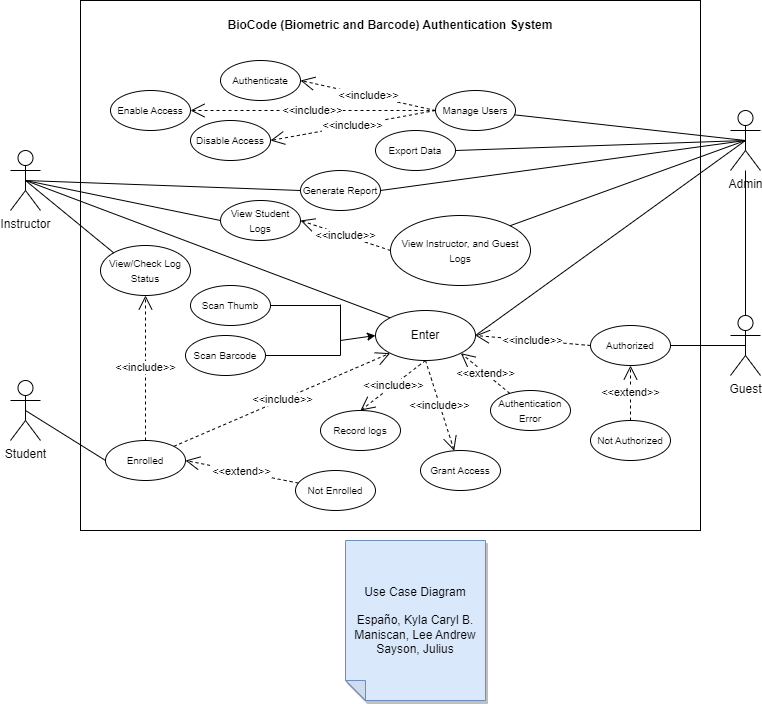
Earlier version of the draw.io export UseCaseDiagram.drawio.png (kaisunoo/Acads). Source tidied: cells renumbered, new cells last; positions are measured from the earlier drawing's top-left corner, leaving out a move shared by most shapes.
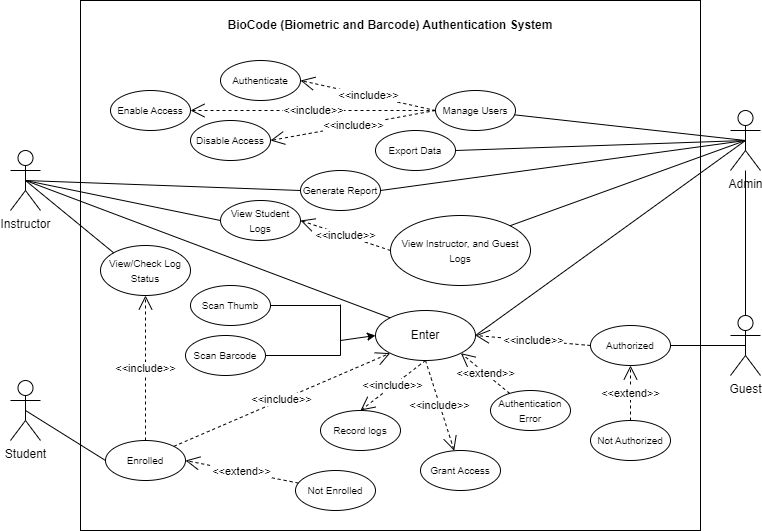
Later version of the same file.

The edit, as a diff of the source:
```diff
@@ -71,9 +71,6 @@
     <mxCell id="21" value="&amp;lt;&amp;lt;include&amp;gt;&amp;gt;" style="endArrow=open;endSize=12;dashed=1;html=1;rounded=0;exitX=0.5;exitY=1;exitDx=0;exitDy=0;" parent="1" edge="1" source="7" target="20">
       <mxGeometry relative="1" as="geometry" />
     </mxCell>
-    <mxCell id="22" value="Use Case Diagram&lt;br&gt;&lt;br&gt;Españo, Kyla Caryl B.&lt;br&gt;Maniscan, Lee Andrew&lt;br&gt;Sayson, Julius" style="shape=note;whiteSpace=wrap;html=1;backgroundOutline=1;darkOpacity=0.05;fillColor=#dae8fc;strokeColor=#6c8ebf;fillStyle=solid;direction=west;gradientDirection=north;shadow=1;size=20;" parent="1" vertex="1">
-      <mxGeometry x="335" y="540" width="140" height="160" as="geometry" />
-    </mxCell>
     <mxCell id="23" value="&amp;lt;&amp;lt;include&amp;gt;&amp;gt;" style="endArrow=open;endSize=12;dashed=1;html=1;rounded=0;entryX=0.5;entryY=0;entryDx=0;entryDy=0;exitX=0.5;exitY=1;exitDx=0;exitDy=0;" parent="1" edge="1" source="7" target="14">
       <mxGeometry relative="1" as="geometry" />
     </mxCell>
```
